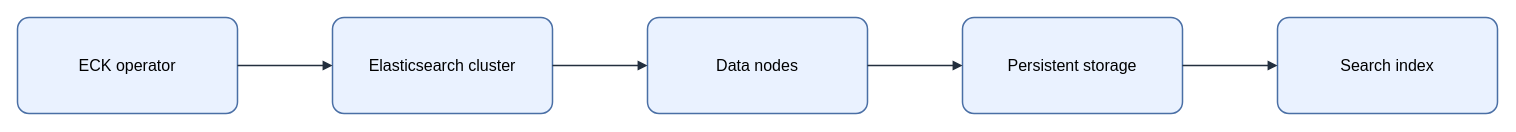
KKamJi98/kkamji98.github.io keeps this draw.io diagram as assets/img/observability/elasticsearch-eck-flow.drawio. Above is the earlier version. Source tidied: cells renumbered, new cells numbered last; positions are measured from the earlier drawing's top-left corner, leaving out a move shared by most shapes. Both pictures are drawn from the tidied source at 100%, with x=0, y=0 at pixel (17, 17).
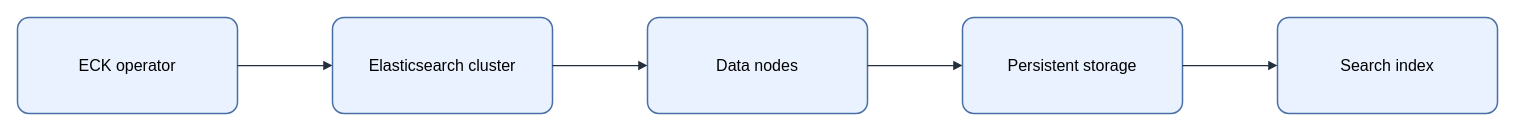
The same page after the edit.

Change to the diagram source:
```diff
@@
 <mxGraphModel background="#FFFFFF">
   <root>
     <mxCell id="0" />
     <mxCell id="1" parent="0" />
-    <mxCell id="2" value="&lt;font style=&quot;color: rgb(0, 0, 0);&quot;&gt;ECK operator&lt;/font&gt;" style="rounded=1;arcSize=12;whiteSpace=wrap;html=1;fillColor=#EAF2FF;strokeColor=#4A6FA5;strokeWidth=1.5;fontColor=#000000;fontSize=16;align=center;verticalAlign=middle;spacing=8;shadow=0;" parent="1" vertex="1">
+    <mxCell id="2" value="ECK operator" style="rounded=1;arcSize=12;whiteSpace=wrap;html=0;fillColor=#EAF2FF;strokeColor=#4A6FA5;strokeWidth=1.5;fontColor=#000000;fontSize=16;align=center;verticalAlign=middle;spacing=8;shadow=0;" parent="1" vertex="1">
       <mxGeometry width="220" height="96" as="geometry" />
     </mxCell>
-    <mxCell id="3" value="&lt;font style=&quot;color: rgb(0, 0, 0);&quot;&gt;Elasticsearch cluster&lt;/font&gt;" style="rounded=1;arcSize=12;whiteSpace=wrap;html=1;fillColor=#EAF2FF;strokeColor=#4A6FA5;strokeWidth=1.5;fontColor=#000000;fontSize=16;align=center;verticalAlign=middle;spacing=8;shadow=0;" parent="1" vertex="1">
+    <mxCell id="3" value="Elasticsearch cluster" style="rounded=1;arcSize=12;whiteSpace=wrap;html=0;fillColor=#EAF2FF;strokeColor=#4A6FA5;strokeWidth=1.5;fontColor=#000000;fontSize=16;align=center;verticalAlign=middle;spacing=8;shadow=0;" parent="1" vertex="1">
       <mxGeometry x="315" width="220" height="96" as="geometry" />
     </mxCell>
-    <mxCell id="4" value="&lt;font style=&quot;color: rgb(0, 0, 0);&quot;&gt;Data nodes&lt;/font&gt;" style="rounded=1;arcSize=12;whiteSpace=wrap;html=1;fillColor=#EAF2FF;strokeColor=#4A6FA5;strokeWidth=1.5;fontColor=#000000;fontSize=16;align=center;verticalAlign=middle;spacing=8;shadow=0;" parent="1" vertex="1">
+    <mxCell id="4" value="Data nodes" style="rounded=1;arcSize=12;whiteSpace=wrap;html=0;fillColor=#EAF2FF;strokeColor=#4A6FA5;strokeWidth=1.5;fontColor=#000000;fontSize=16;align=center;verticalAlign=middle;spacing=8;shadow=0;" parent="1" vertex="1">
       <mxGeometry x="630" width="220" height="96" as="geometry" />
     </mxCell>
-    <mxCell id="5" value="&lt;font style=&quot;color: rgb(0, 0, 0);&quot;&gt;Persistent storage&lt;/font&gt;" style="rounded=1;arcSize=12;whiteSpace=wrap;html=1;fillColor=#EAF2FF;strokeColor=#4A6FA5;strokeWidth=1.5;fontColor=#000000;fontSize=16;align=center;verticalAlign=middle;spacing=8;shadow=0;" parent="1" vertex="1">
+    <mxCell id="5" value="Persistent storage" style="rounded=1;arcSize=12;whiteSpace=wrap;html=0;fillColor=#EAF2FF;strokeColor=#4A6FA5;strokeWidth=1.5;fontColor=#000000;fontSize=16;align=center;verticalAlign=middle;spacing=8;shadow=0;" parent="1" vertex="1">
       <mxGeometry x="945" width="220" height="96" as="geometry" />
     </mxCell>
-    <mxCell id="6" value="&lt;font style=&quot;color: rgb(0, 0, 0);&quot;&gt;Search index&lt;/font&gt;" style="rounded=1;arcSize=12;whiteSpace=wrap;html=1;fillColor=#EAF2FF;strokeColor=#4A6FA5;strokeWidth=1.5;fontColor=#000000;fontSize=16;align=center;verticalAlign=middle;spacing=8;shadow=0;" parent="1" vertex="1">
+    <mxCell id="6" value="Search index" style="rounded=1;arcSize=12;whiteSpace=wrap;html=0;fillColor=#EAF2FF;strokeColor=#4A6FA5;strokeWidth=1.5;fontColor=#000000;fontSize=16;align=center;verticalAlign=middle;spacing=8;shadow=0;" parent="1" vertex="1">
       <mxGeometry x="1260" width="220" height="96" as="geometry" />
     </mxCell>
-    <mxCell id="7" style="edgeStyle=orthogonalEdgeStyle;rounded=0;jettySize=auto;html=1;endArrow=block;endFill=1;strokeColor=#232F3E;strokeWidth=1.5;fontColor=#000000;labelBackgroundColor=none;exitX=1;exitY=0.5;exitDx=0;exitDy=0;entryX=0;entryY=0.5;entryDx=0;entryDy=0;" parent="1" edge="1" source="2" target="3">
+    <mxCell id="7" style="edgeStyle=orthogonalEdgeStyle;rounded=0;jettySize=auto;html=0;endArrow=block;endFill=1;strokeColor=#232F3E;strokeWidth=1.25;fontColor=#000000;labelBackgroundColor=none;exitX=1;exitY=0.5;exitDx=0;exitDy=0;entryX=0;entryY=0.5;entryDx=0;entryDy=0;" parent="1" edge="1" source="2" target="3">
       <mxGeometry relative="1" as="geometry" />
     </mxCell>
-    <mxCell id="8" style="edgeStyle=orthogonalEdgeStyle;rounded=0;jettySize=auto;html=1;endArrow=block;endFill=1;strokeColor=#232F3E;strokeWidth=1.5;fontColor=#000000;labelBackgroundColor=none;exitX=1;exitY=0.5;exitDx=0;exitDy=0;entryX=0;entryY=0.5;entryDx=0;entryDy=0;" parent="1" edge="1" source="3" target="4">
+    <mxCell id="8" style="edgeStyle=orthogonalEdgeStyle;rounded=0;jettySize=auto;html=0;endArrow=block;endFill=1;strokeColor=#232F3E;strokeWidth=1.25;fontColor=#000000;labelBackgroundColor=none;exitX=1;exitY=0.5;exitDx=0;exitDy=0;entryX=0;entryY=0.5;entryDx=0;entryDy=0;" parent="1" edge="1" source="3" target="4">
       <mxGeometry relative="1" as="geometry" />
     </mxCell>
-    <mxCell id="9" style="edgeStyle=orthogonalEdgeStyle;rounded=0;jettySize=auto;html=1;endArrow=block;endFill=1;strokeColor=#232F3E;strokeWidth=1.5;fontColor=#000000;labelBackgroundColor=none;exitX=1;exitY=0.5;exitDx=0;exitDy=0;entryX=0;entryY=0.5;entryDx=0;entryDy=0;" parent="1" edge="1" source="4" target="5">
+    <mxCell id="9" style="edgeStyle=orthogonalEdgeStyle;rounded=0;jettySize=auto;html=0;endArrow=block;endFill=1;strokeColor=#232F3E;strokeWidth=1.25;fontColor=#000000;labelBackgroundColor=none;exitX=1;exitY=0.5;exitDx=0;exitDy=0;entryX=0;entryY=0.5;entryDx=0;entryDy=0;" parent="1" edge="1" source="4" target="5">
       <mxGeometry relative="1" as="geometry" />
     </mxCell>
-    <mxCell id="10" style="edgeStyle=orthogonalEdgeStyle;rounded=0;jettySize=auto;html=1;endArrow=block;endFill=1;strokeColor=#232F3E;strokeWidth=1.5;fontColor=#000000;labelBackgroundColor=none;exitX=1;exitY=0.5;exitDx=0;exitDy=0;entryX=0;entryY=0.5;entryDx=0;entryDy=0;" parent="1" edge="1" source="5" target="6">
+    <mxCell id="10" style="edgeStyle=orthogonalEdgeStyle;rounded=0;jettySize=auto;html=0;endArrow=block;endFill=1;strokeColor=#232F3E;strokeWidth=1.25;fontColor=#000000;labelBackgroundColor=none;exitX=1;exitY=0.5;exitDx=0;exitDy=0;entryX=0;entryY=0.5;entryDx=0;entryDy=0;" parent="1" edge="1" source="5" target="6">
       <mxGeometry relative="1" as="geometry" />
     </mxCell>
   </root>
 </mxGraphModel>
```
